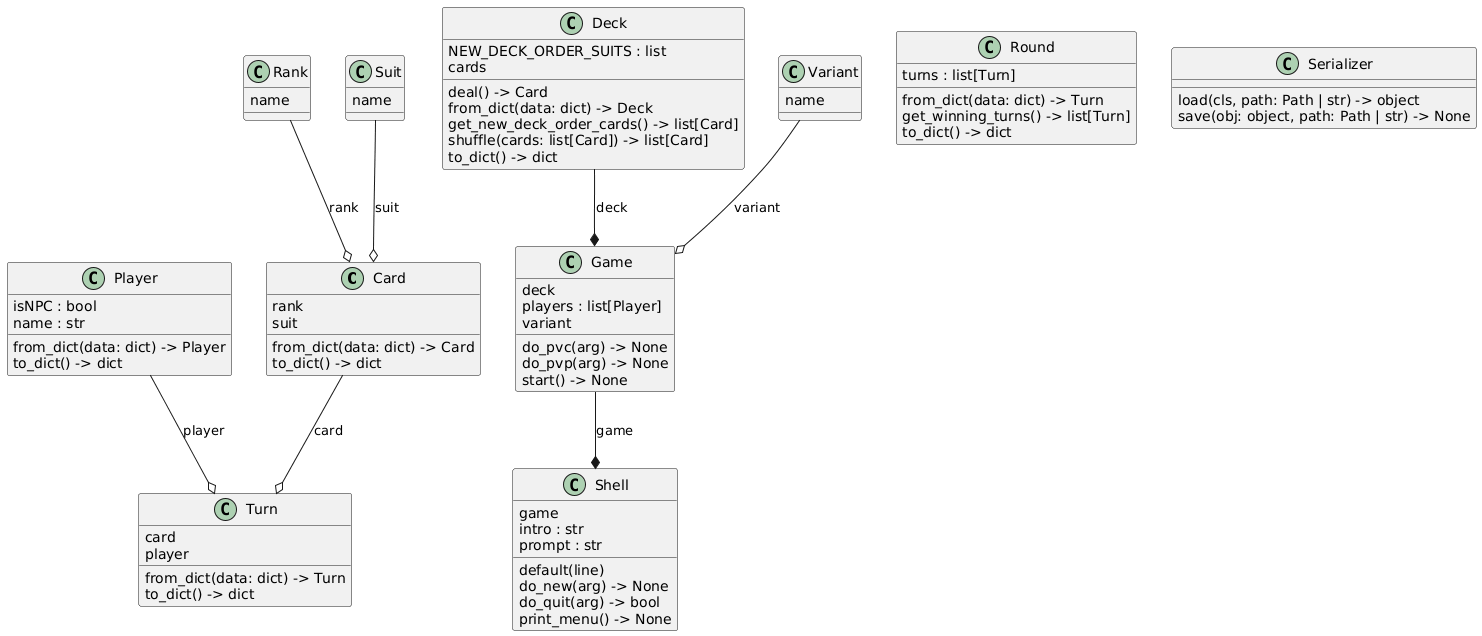
Earlier version of the PlantUML export docs/uml/png/classes_war.png (b3h3m0th/war).
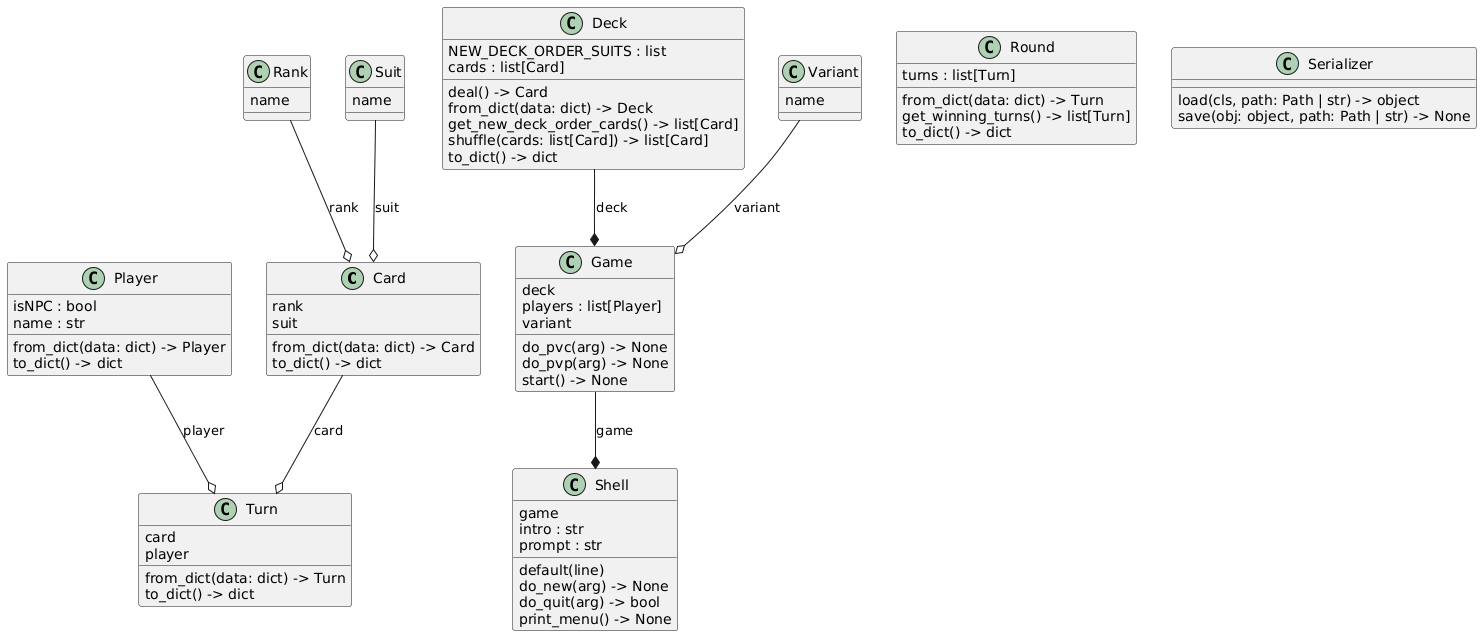
The same diagram one commit later.

Change to the diagram source:
```diff
@@ -8,7 +8,7 @@
 }
 class "Deck" as models.deck.Deck {
   NEW_DECK_ORDER_SUITS : list
-  cards
+  cards : list[Card]
   deal() -> Card
   from_dict(data: dict) -> Deck
   get_new_deck_order_cards() -> list[Card]
```
